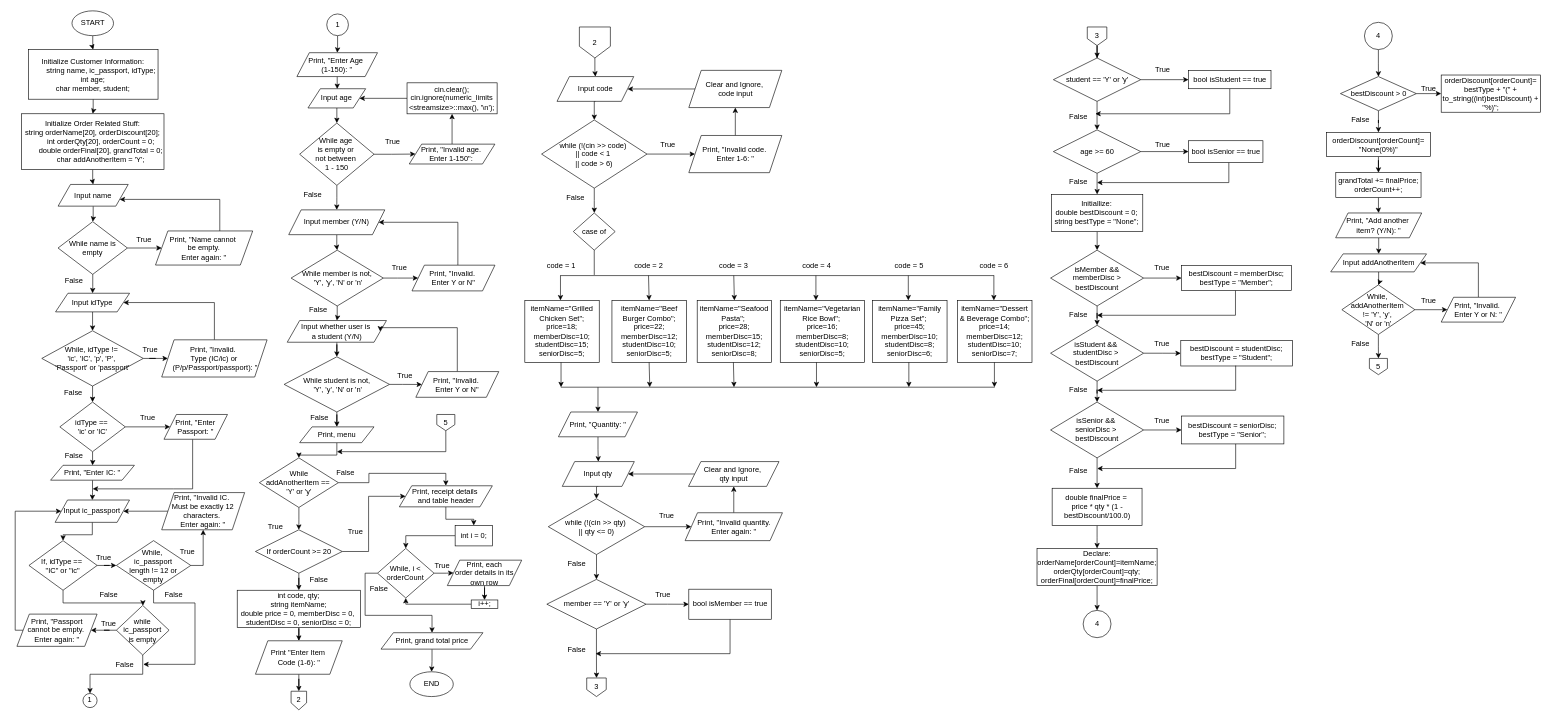
Above: flowchart_group8_DCSI.drawio in cr0w-l0rd/Restaurant_Ordering_and_Billing_System (draw.io), before the change. Source tidied: cells renumbered, new cells numbered last; positions are measured from the earlier drawing's top-left corner, leaving out a move shared by most shapes. Both pictures are drawn from the tidied source at 62%, with x=0, y=0 at pixel (15, 11).
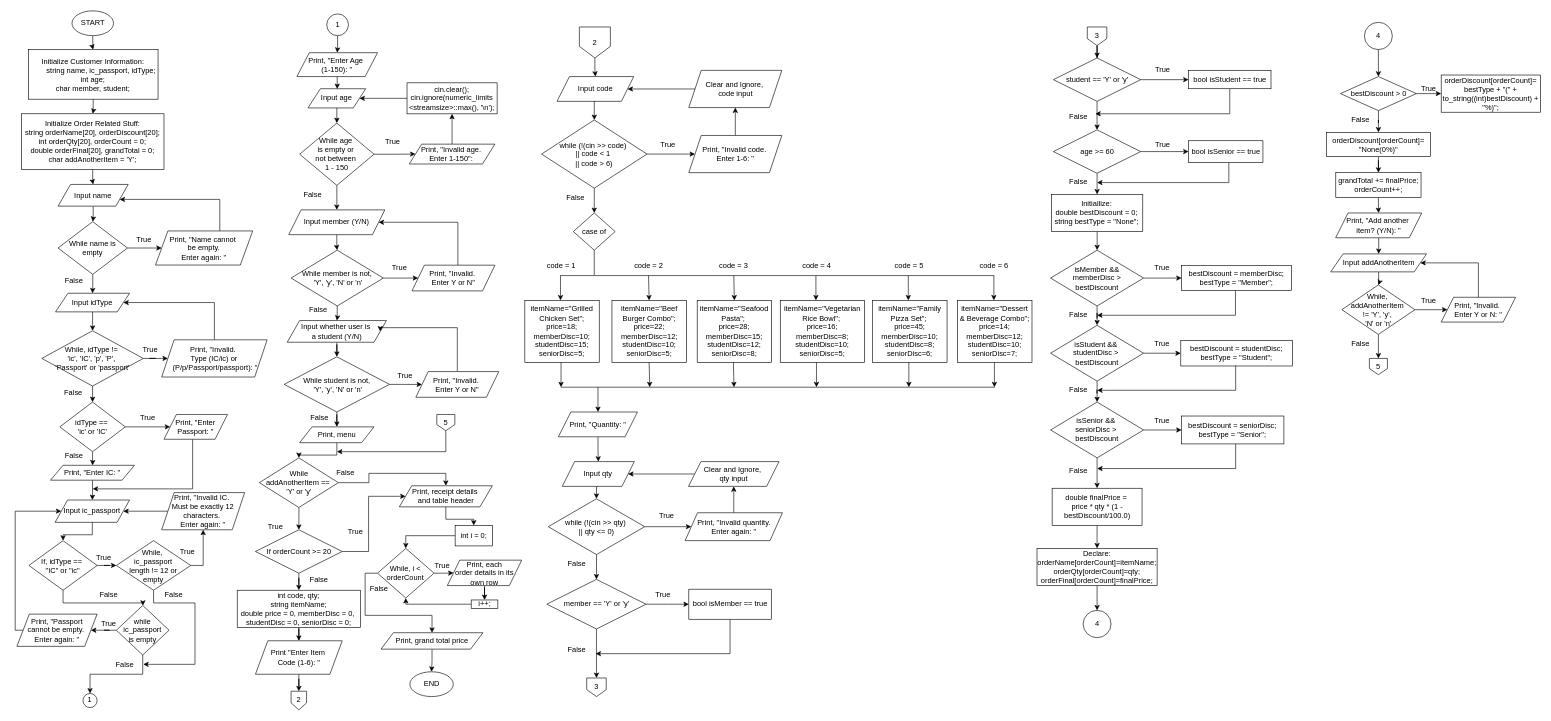
After the change.

The edit, as a diff of the source:
```diff
@@
-    <mxCell id="7" value="&lt;div&gt;Initialize Order Related Stuff:&lt;br&gt;string orderName[20], orderDiscount[20];&lt;/div&gt;&lt;div&gt;&lt;span style=&quot;white-space: normal;&quot;&gt;&lt;span style=&quot;white-space:pre&quot;&gt;&#9;&lt;/span&gt;int orderQty[20], orderCount = 0;&lt;/span&gt;&lt;/div&gt;&lt;div&gt;&lt;span style=&quot;white-space: normal;&quot;&gt;&lt;span style=&quot;white-space:pre&quot;&gt;&#9;&lt;/span&gt;double orderFinal[20], grandTotal = 0;&lt;/span&gt;&lt;/div&gt;&lt;div&gt;&lt;span style=&quot;white-space: normal;&quot;&gt;&lt;span style=&quot;white-space:pre&quot;&gt;&#9;&lt;/span&gt;char&amp;nbsp;&lt;/span&gt;addAnotherItem&lt;span style=&quot;white-space: normal;&quot;&gt;&amp;nbsp;= 'Y';&lt;/span&gt;&lt;/div&gt;" style="rounded=0;whiteSpace=wrap;html=1;" parent="1" vertex="1">
+    <mxCell id="7" value="&lt;div&gt;Initialize Order Related Stuff:&lt;br&gt;string orderName[20], orderDiscount[20];&lt;/div&gt;&lt;div&gt;&lt;span style=&quot;background-color: transparent; color: light-dark(rgb(0, 0, 0), rgb(255, 255, 255));&quot;&gt;int orderQty[20], orderCount = 0;&lt;/span&gt;&lt;/div&gt;&lt;div&gt;&lt;span style=&quot;background-color: transparent; color: light-dark(rgb(0, 0, 0), rgb(255, 255, 255));&quot;&gt;double orderFinal[20], grandTotal = 0;&lt;/span&gt;&lt;/div&gt;&lt;div&gt;&lt;span style=&quot;background-color: transparent; color: light-dark(rgb(0, 0, 0), rgb(255, 255, 255));&quot;&gt;char&amp;nbsp;&lt;/span&gt;&lt;span style=&quot;background-color: transparent; color: light-dark(rgb(0, 0, 0), rgb(255, 255, 255));&quot;&gt;addAnotherItem&lt;/span&gt;&lt;span style=&quot;background-color: transparent; color: light-dark(rgb(0, 0, 0), rgb(255, 255, 255));&quot;&gt;&amp;nbsp;= 'Y';&lt;/span&gt;&lt;/div&gt;" style="rounded=0;whiteSpace=wrap;html=1;" parent="1" vertex="1">
       <mxGeometry x="10" y="166" width="230" height="90" as="geometry" />
     </mxCell>
```
